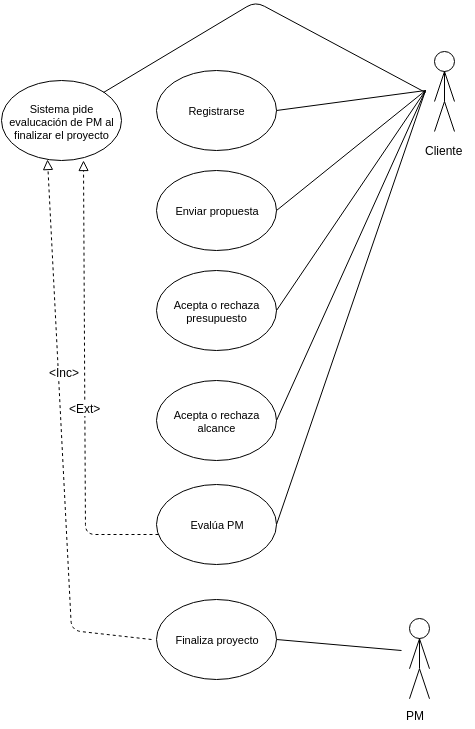
Earlier version of the draw.io export latex/imagenes/CasosDeUsoCliente.png (FlyingPumba/tp2-inge1). Source tidied: cells renumbered, new cells last; positions are measured from the earlier drawing's top-left corner, leaving out a move shared by most shapes. Its diagram source:
```xml
<mxGraphModel background="#ffffff">
  <root>
    <mxCell id="0" />
    <mxCell id="1" parent="0" />
    <mxCell id="2" style="edgeStyle=orthogonalEdgeStyle;rounded=0;html=1;exitX=0.5;exitY=1;endArrow=none;endFill=0;jettySize=auto;" parent="1" edge="1" source="3">
      <mxGeometry x="2013" y="-3299" as="geometry">
        <mxPoint x="443" y="100" as="targetPoint" />
      </mxGeometry>
    </mxCell>
    <mxCell id="3" style="ellipse;whiteSpace=wrap;html=1;" parent="1" vertex="1">
      <mxGeometry x="433" y="50" width="20" height="20" as="geometry" />
    </mxCell>
    <mxCell id="4" style="endArrow=none;html=1;endFill=0;" parent="1" edge="1">
      <mxGeometry x="2013" y="-3299" as="geometry">
        <mxPoint x="443" y="70" as="sourcePoint" />
        <mxPoint x="453" y="100" as="targetPoint" />
      </mxGeometry>
    </mxCell>
    <mxCell id="5" style="endArrow=none;html=1;endFill=0;" parent="1" edge="1">
      <mxGeometry x="2013" y="-3269" as="geometry">
        <mxPoint x="443" y="100" as="sourcePoint" />
        <mxPoint x="453" y="130" as="targetPoint" />
      </mxGeometry>
    </mxCell>
    <mxCell id="6" style="endArrow=none;html=1;endFill=0;" parent="1" edge="1">
      <mxGeometry x="2003" y="-3299" as="geometry">
        <mxPoint x="433" y="100" as="sourcePoint" />
        <mxPoint x="443" y="70" as="targetPoint" />
      </mxGeometry>
    </mxCell>
    <mxCell id="7" style="endArrow=none;html=1;endFill=0;" parent="1" edge="1">
      <mxGeometry x="2003" y="-3269" as="geometry">
        <mxPoint x="433" y="130" as="sourcePoint" />
        <mxPoint x="443" y="100" as="targetPoint" />
      </mxGeometry>
    </mxCell>
    <mxCell id="8" value="Cliente" style="text;html=1;align=left;verticalAlign=top;spacingTop=-4;" parent="1" vertex="1">
      <mxGeometry x="422" y="140" width="50" height="20" as="geometry" />
    </mxCell>
    <mxCell id="9" value="&lt;span&gt;Acepta o rechaza alcance&lt;/span&gt;&lt;br&gt;" style="ellipse;whiteSpace=wrap;html=1;fontSize=11;" parent="1" vertex="1">
      <mxGeometry x="155" y="379" width="120" height="80" as="geometry" />
    </mxCell>
    <mxCell id="10" value="&lt;span&gt;Acepta o rechaza presupuesto&lt;/span&gt;&lt;br&gt;" style="ellipse;whiteSpace=wrap;html=1;fontSize=11;" parent="1" vertex="1">
      <mxGeometry x="155" y="269" width="120" height="80" as="geometry" />
    </mxCell>
    <mxCell id="11" value="&lt;span&gt;Evalúa PM&lt;/span&gt;&lt;br&gt;" style="ellipse;whiteSpace=wrap;html=1;fontSize=11;" parent="1" vertex="1">
      <mxGeometry x="155" y="483" width="120" height="80" as="geometry" />
    </mxCell>
    <mxCell id="12" style="edgeStyle=none;rounded=0;html=1;exitX=1;exitY=0.5;endArrow=none;endFill=0;jettySize=auto;" parent="1" edge="1" source="9">
      <mxGeometry x="1845" y="-3280" as="geometry">
        <mxPoint x="424" y="89" as="targetPoint" />
      </mxGeometry>
    </mxCell>
    <mxCell id="13" style="edgeStyle=none;rounded=0;html=1;exitX=1;exitY=0.5;endArrow=none;endFill=0;jettySize=auto;" parent="1" edge="1" source="11">
      <mxGeometry x="1845" y="-3280" as="geometry">
        <mxPoint x="424" y="89" as="targetPoint" />
      </mxGeometry>
    </mxCell>
    <mxCell id="14" style="ellipse;whiteSpace=wrap;html=1;" parent="1" vertex="1">
      <mxGeometry x="408" y="617.3" width="20" height="20" as="geometry" />
    </mxCell>
    <mxCell id="15" style="edgeStyle=orthogonalEdgeStyle;rounded=0;html=1;exitX=0.5;exitY=1;endArrow=none;endFill=0;jettySize=auto;" parent="1" edge="1" source="14">
      <mxGeometry x="1988.4" y="-2731.9" as="geometry">
        <mxPoint x="418" y="667" as="targetPoint" />
      </mxGeometry>
    </mxCell>
    <mxCell id="16" style="endArrow=none;html=1;endFill=0;" parent="1" edge="1">
      <mxGeometry x="1988" y="-2731.7" as="geometry">
        <mxPoint x="418" y="637.3" as="sourcePoint" />
        <mxPoint x="428" y="667.3" as="targetPoint" />
      </mxGeometry>
    </mxCell>
    <mxCell id="17" style="endArrow=none;html=1;endFill=0;" parent="1" edge="1">
      <mxGeometry x="1988" y="-2701.7" as="geometry">
        <mxPoint x="418" y="667.3" as="sourcePoint" />
        <mxPoint x="428" y="697.3" as="targetPoint" />
      </mxGeometry>
    </mxCell>
    <mxCell id="18" style="endArrow=none;html=1;endFill=0;" parent="1" edge="1">
      <mxGeometry x="1978" y="-2731.7" as="geometry">
        <mxPoint x="408" y="667.3" as="sourcePoint" />
        <mxPoint x="418" y="637.3" as="targetPoint" />
      </mxGeometry>
    </mxCell>
    <mxCell id="19" style="endArrow=none;html=1;endFill=0;" parent="1" edge="1">
      <mxGeometry x="1978" y="-2701.7" as="geometry">
        <mxPoint x="408" y="697.3" as="sourcePoint" />
        <mxPoint x="418" y="667.3" as="targetPoint" />
      </mxGeometry>
    </mxCell>
    <mxCell id="20" value="PM" style="text;html=1;align=left;verticalAlign=top;spacingTop=-4;" parent="1" vertex="1">
      <mxGeometry x="403" y="705.1" width="30" height="20" as="geometry" />
    </mxCell>
    <mxCell id="21" value="&lt;span&gt;Sistema pide evalucación de PM al finalizar el proyecto&lt;/span&gt;&lt;br&gt;" style="ellipse;whiteSpace=wrap;html=1;fontSize=11;" parent="1" vertex="1">
      <mxGeometry y="79" width="120" height="80" as="geometry" />
    </mxCell>
    <mxCell id="22" value="&lt;span&gt;Enviar propuesta&lt;/span&gt;" style="ellipse;whiteSpace=wrap;html=1;fontSize=11;" parent="1" vertex="1">
      <mxGeometry x="155" y="169" width="120" height="80" as="geometry" />
    </mxCell>
    <mxCell id="23" style="edgeStyle=none;rounded=0;html=1;exitX=1;exitY=0.5;startArrow=none;startFill=0;endArrow=none;endFill=0;jettySize=auto;" parent="1" edge="1" source="10">
      <mxGeometry x="1845" y="-3280" as="geometry">
        <mxPoint x="424" y="89" as="targetPoint" />
      </mxGeometry>
    </mxCell>
    <mxCell id="24" style="edgeStyle=none;rounded=0;html=1;exitX=1;exitY=0.5;startArrow=none;startFill=0;endArrow=none;endFill=0;jettySize=auto;" parent="1" edge="1" source="22">
      <mxGeometry x="1845" y="-3280" as="geometry">
        <mxPoint x="424" y="89" as="targetPoint" />
      </mxGeometry>
    </mxCell>
    <mxCell id="25" value="&lt;span&gt;Registrarse&lt;br&gt;&lt;/span&gt;" style="ellipse;whiteSpace=wrap;html=1;fontSize=11;" parent="1" vertex="1">
      <mxGeometry x="155" y="69" width="120" height="80" as="geometry" />
    </mxCell>
    <mxCell id="26" style="rounded=0;html=1;exitX=1;exitY=0.5;startArrow=none;startFill=0;endArrow=none;endFill=0;jettySize=auto;" parent="1" edge="1" source="25">
      <mxGeometry x="1845" y="-3280" as="geometry">
        <mxPoint x="424" y="89" as="targetPoint" />
      </mxGeometry>
    </mxCell>
    <mxCell id="27" style="rounded=0;html=1;exitX=1;exitY=0.5;endArrow=none;endFill=0;jettySize=auto;fontSize=14;" parent="1" edge="1" source="28">
      <mxGeometry x="1845" y="-2731" as="geometry">
        <mxPoint x="400" y="649" as="targetPoint" />
      </mxGeometry>
    </mxCell>
    <mxCell id="28" value="&lt;div&gt;&lt;span&gt;Finaliza proyecto &lt;/span&gt;&lt;/div&gt;" style="ellipse;whiteSpace=wrap;html=1;fontSize=11;" parent="1" vertex="1">
      <mxGeometry x="155" y="597.7" width="120" height="80" as="geometry" />
    </mxCell>
    <mxCell id="29" style="endArrow=none;html=1;fontSize=11;entryX=1;entryY=0;endFill=0;" parent="1" edge="1" target="21">
      <mxGeometry x="1672" y="-3369" as="geometry">
        <mxPoint x="424" y="91" as="sourcePoint" />
        <Array as="points">
          <mxPoint x="254" />
        </Array>
      </mxGeometry>
    </mxCell>
    <mxCell id="30" style="endArrow=block;html=1;dashed=1;fontSize=12;entryX=0.38;entryY=0.986;entryPerimeter=0;endFill=0;endSize=8;" parent="1" edge="1" target="21">
      <mxGeometry x="1492" y="-3211" as="geometry">
        <mxPoint x="150" y="638" as="sourcePoint" />
        <Array as="points">
          <mxPoint x="70" y="629" />
        </Array>
      </mxGeometry>
    </mxCell>
    <mxCell id="31" value="&amp;lt;Inc&amp;gt;" style="text;html=1;align=center;verticalAlign=middle;labelBackgroundColor=#ffffff;fontSize=12;" parent="30" vertex="1">
      <mxGeometry x="0.23" y="-6" relative="1" as="geometry" />
    </mxCell>
    <mxCell id="32" value="&amp;lt;Inc&amp;gt;" style="text;html=1;align=center;verticalAlign=middle;labelBackgroundColor=#ffffff;fontSize=12;" parent="1" vertex="1">
      <mxGeometry x="62.8" y="369.5" as="geometry" />
    </mxCell>
    <mxCell id="33" style="endArrow=block;html=1;dashed=1;fontSize=12;exitX=0.017;exitY=0.629;exitPerimeter=0;entryX=0.681;entryY=1.002;entryPerimeter=0;endFill=0;endSize=8;" parent="1" edge="1" source="11" target="21">
      <mxGeometry x="1652" y="-3210" as="geometry">
        <Array as="points">
          <mxPoint x="84" y="533" />
        </Array>
      </mxGeometry>
    </mxCell>
    <mxCell id="34" value="&amp;lt;Ext&amp;gt;" style="text;html=1;align=center;verticalAlign=middle;labelBackgroundColor=#ffffff;fontSize=12;" parent="33" vertex="1">
      <mxGeometry x="-0.11" relative="1" as="geometry" />
    </mxCell>
    <mxCell id="35" value="&amp;lt;Ext&amp;gt;" style="text;html=1;align=center;verticalAlign=middle;labelBackgroundColor=#ffffff;fontSize=12;" parent="1" vertex="1">
      <mxGeometry x="83.3" y="406" as="geometry" />
    </mxCell>
  </root>
</mxGraphModel>
```
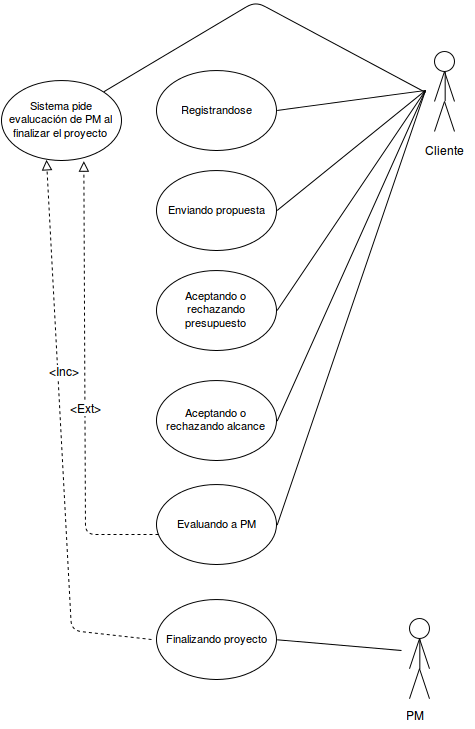
After the commit.

Commit message:
Nuevas vistas Casos de uso

Diff of the diagram source:
```diff
@@ -4,7 +4,7 @@
     <mxCell id="1" parent="0" />
     <mxCell id="2" style="edgeStyle=orthogonalEdgeStyle;rounded=0;html=1;exitX=0.5;exitY=1;endArrow=none;endFill=0;jettySize=auto;" parent="1" edge="1" source="3">
       <mxGeometry x="2013" y="-3299" as="geometry">
-        <mxPoint x="443" y="100" as="targetPoint" />
+        <mxPoint x="443.7" y="99.7" as="targetPoint" />
       </mxGeometry>
     </mxCell>
     <mxCell id="3" style="ellipse;whiteSpace=wrap;html=1;" parent="1" vertex="1">
@@ -37,13 +37,13 @@
     <mxCell id="8" value="Cliente" style="text;html=1;align=left;verticalAlign=top;spacingTop=-4;" parent="1" vertex="1">
       <mxGeometry x="422" y="140" width="50" height="20" as="geometry" />
     </mxCell>
-    <mxCell id="9" value="&lt;span&gt;Acepta o rechaza alcance&lt;/span&gt;&lt;br&gt;" style="ellipse;whiteSpace=wrap;html=1;fontSize=11;" parent="1" vertex="1">
+    <mxCell id="9" value="&lt;span&gt;&lt;span&gt;Aceptando o rechazando &lt;/span&gt;alcance&lt;/span&gt;&lt;br&gt;" style="ellipse;whiteSpace=wrap;html=1;fontSize=11;" parent="1" vertex="1">
       <mxGeometry x="155" y="379" width="120" height="80" as="geometry" />
     </mxCell>
-    <mxCell id="10" value="&lt;span&gt;Acepta o rechaza presupuesto&lt;/span&gt;&lt;br&gt;" style="ellipse;whiteSpace=wrap;html=1;fontSize=11;" parent="1" vertex="1">
+    <mxCell id="10" value="&lt;span&gt;Aceptando o rechazando presupuesto&lt;/span&gt;&lt;br&gt;" style="ellipse;whiteSpace=wrap;html=1;fontSize=11;" parent="1" vertex="1">
       <mxGeometry x="155" y="269" width="120" height="80" as="geometry" />
     </mxCell>
-    <mxCell id="11" value="&lt;span&gt;Evalúa PM&lt;/span&gt;&lt;br&gt;" style="ellipse;whiteSpace=wrap;html=1;fontSize=11;" parent="1" vertex="1">
+    <mxCell id="11" value="&lt;span&gt;Evaluando a PM&lt;/span&gt;&lt;br&gt;" style="ellipse;whiteSpace=wrap;html=1;fontSize=11;" parent="1" vertex="1">
       <mxGeometry x="155" y="483" width="120" height="80" as="geometry" />
     </mxCell>
     <mxCell id="12" style="edgeStyle=none;rounded=0;html=1;exitX=1;exitY=0.5;endArrow=none;endFill=0;jettySize=auto;" parent="1" edge="1" source="9">
@@ -61,7 +61,7 @@
     </mxCell>
     <mxCell id="15" style="edgeStyle=orthogonalEdgeStyle;rounded=0;html=1;exitX=0.5;exitY=1;endArrow=none;endFill=0;jettySize=auto;" parent="1" edge="1" source="14">
       <mxGeometry x="1988.4" y="-2731.9" as="geometry">
-        <mxPoint x="418" y="667" as="targetPoint" />
+        <mxPoint x="418.3" y="667.7" as="targetPoint" />
       </mxGeometry>
     </mxCell>
     <mxCell id="16" style="endArrow=none;html=1;endFill=0;" parent="1" edge="1">
@@ -94,7 +94,7 @@
     <mxCell id="21" value="&lt;span&gt;Sistema pide evalucación de PM al finalizar el proyecto&lt;/span&gt;&lt;br&gt;" style="ellipse;whiteSpace=wrap;html=1;fontSize=11;" parent="1" vertex="1">
       <mxGeometry y="79" width="120" height="80" as="geometry" />
     </mxCell>
-    <mxCell id="22" value="&lt;span&gt;Enviar propuesta&lt;/span&gt;" style="ellipse;whiteSpace=wrap;html=1;fontSize=11;" parent="1" vertex="1">
+    <mxCell id="22" value="&lt;span&gt;Enviando propuesta&lt;/span&gt;" style="ellipse;whiteSpace=wrap;html=1;fontSize=11;" parent="1" vertex="1">
       <mxGeometry x="155" y="169" width="120" height="80" as="geometry" />
     </mxCell>
     <mxCell id="23" style="edgeStyle=none;rounded=0;html=1;exitX=1;exitY=0.5;startArrow=none;startFill=0;endArrow=none;endFill=0;jettySize=auto;" parent="1" edge="1" source="10">
@@ -107,7 +107,7 @@
         <mxPoint x="424" y="89" as="targetPoint" />
       </mxGeometry>
     </mxCell>
-    <mxCell id="25" value="&lt;span&gt;Registrarse&lt;br&gt;&lt;/span&gt;" style="ellipse;whiteSpace=wrap;html=1;fontSize=11;" parent="1" vertex="1">
+    <mxCell id="25" value="&lt;span&gt;Registrando&lt;/span&gt;se" style="ellipse;whiteSpace=wrap;html=1;fontSize=11;" parent="1" vertex="1">
       <mxGeometry x="155" y="69" width="120" height="80" as="geometry" />
     </mxCell>
     <mxCell id="26" style="rounded=0;html=1;exitX=1;exitY=0.5;startArrow=none;startFill=0;endArrow=none;endFill=0;jettySize=auto;" parent="1" edge="1" source="25">
@@ -115,48 +115,48 @@
         <mxPoint x="424" y="89" as="targetPoint" />
       </mxGeometry>
     </mxCell>
-    <mxCell id="27" style="rounded=0;html=1;exitX=1;exitY=0.5;endArrow=none;endFill=0;jettySize=auto;fontSize=14;" parent="1" edge="1" source="28">
-      <mxGeometry x="1845" y="-2731" as="geometry">
-        <mxPoint x="400" y="649" as="targetPoint" />
-      </mxGeometry>
+    <mxCell id="27" value="&lt;div&gt;&lt;span&gt;Finalizando proyecto &lt;/span&gt;&lt;/div&gt;" style="ellipse;whiteSpace=wrap;html=1;fontSize=11;" parent="1" vertex="1">
+      <mxGeometry x="155" y="597.7" width="120" height="80" as="geometry" />
     </mxCell>
-    <mxCell id="28" value="&lt;div&gt;&lt;span&gt;Finaliza proyecto &lt;/span&gt;&lt;/div&gt;" style="ellipse;whiteSpace=wrap;html=1;fontSize=11;" parent="1" vertex="1">
-      <mxGeometry x="155" y="597.7" width="120" height="80" as="geometry" />
+    <mxCell id="28" style="endArrow=none;html=1;fontSize=11;entryX=1;entryY=0;endFill=0;" parent="1" edge="1" target="21">
+      <mxGeometry x="1672" y="-3369" as="geometry">
+        <mxPoint x="424" y="91" as="sourcePoint" />
+        <Array as="points">
+          <mxPoint x="254" />
+        </Array>
+      </mxGeometry>
     </mxCell>
-    <mxCell id="29" style="endArrow=none;html=1;fontSize=11;entryX=1;entryY=0;endFill=0;" parent="1" edge="1" target="21">
-      <mxGeometry x="1672" y="-3369" as="geometry">
-        <mxPoint x="424" y="91" as="sourcePoint" />
+    <mxCell id="29" style="endArrow=block;html=1;dashed=1;fontSize=12;entryX=0.38;entryY=0.986;entryPerimeter=0;endFill=0;endSize=8;" parent="1" edge="1" target="21">
+      <mxGeometry x="1492" y="-3211" as="geometry">
+        <mxPoint x="150" y="638" as="sourcePoint" />
         <Array as="points">
-          <mxPoint x="254" />
+          <mxPoint x="70" y="629" />
         </Array>
       </mxGeometry>
     </mxCell>
-    <mxCell id="30" style="endArrow=block;html=1;dashed=1;fontSize=12;entryX=0.38;entryY=0.986;entryPerimeter=0;endFill=0;endSize=8;" parent="1" edge="1" target="21">
-      <mxGeometry x="1492" y="-3211" as="geometry">
-        <mxPoint x="150" y="638" as="sourcePoint" />
-        <Array as="points">
-          <mxPoint x="70" y="629" />
-        </Array>
-      </mxGeometry>
+    <mxCell id="30" value="&amp;lt;Inc&amp;gt;" style="text;html=1;align=center;verticalAlign=middle;labelBackgroundColor=#ffffff;fontSize=12;" parent="29" vertex="1">
+      <mxGeometry x="0.23" y="-6" relative="1" as="geometry" />
     </mxCell>
-    <mxCell id="31" value="&amp;lt;Inc&amp;gt;" style="text;html=1;align=center;verticalAlign=middle;labelBackgroundColor=#ffffff;fontSize=12;" parent="30" vertex="1">
-      <mxGeometry x="0.23" y="-6" relative="1" as="geometry" />
+    <mxCell id="31" value="&amp;lt;Inc&amp;gt;" style="text;html=1;align=center;verticalAlign=middle;labelBackgroundColor=#ffffff;fontSize=12;" parent="1" vertex="1">
+      <mxGeometry x="62.2" y="369.6" as="geometry" />
     </mxCell>
-    <mxCell id="32" value="&amp;lt;Inc&amp;gt;" style="text;html=1;align=center;verticalAlign=middle;labelBackgroundColor=#ffffff;fontSize=12;" parent="1" vertex="1">
-      <mxGeometry x="62.8" y="369.5" as="geometry" />
+    <mxCell id="32" style="endArrow=block;html=1;dashed=1;fontSize=12;exitX=0.017;exitY=0.629;exitPerimeter=0;entryX=0.681;entryY=1.002;entryPerimeter=0;endFill=0;endSize=8;" parent="1" edge="1" source="11" target="21">
+      <mxGeometry x="1652" y="-3210" as="geometry">
+        <Array as="points">
+          <mxPoint x="84" y="533" />
+        </Array>
+      </mxGeometry>
     </mxCell>
-    <mxCell id="33" style="endArrow=block;html=1;dashed=1;fontSize=12;exitX=0.017;exitY=0.629;exitPerimeter=0;entryX=0.681;entryY=1.002;entryPerimeter=0;endFill=0;endSize=8;" parent="1" edge="1" source="11" target="21">
-      <mxGeometry x="1652" y="-3210" as="geometry">
-        <Array as="points">
-          <mxPoint x="84" y="533" />
-        </Array>
-      </mxGeometry>
+    <mxCell id="33" value="&amp;lt;Ext&amp;gt;" style="text;html=1;align=center;verticalAlign=middle;labelBackgroundColor=#ffffff;fontSize=12;" parent="32" vertex="1">
+      <mxGeometry x="-0.11" relative="1" as="geometry" />
     </mxCell>
-    <mxCell id="34" value="&amp;lt;Ext&amp;gt;" style="text;html=1;align=center;verticalAlign=middle;labelBackgroundColor=#ffffff;fontSize=12;" parent="33" vertex="1">
-      <mxGeometry x="-0.11" relative="1" as="geometry" />
+    <mxCell id="34" value="&amp;lt;Ext&amp;gt;" style="text;html=1;align=center;verticalAlign=middle;labelBackgroundColor=#ffffff;fontSize=12;" parent="1" vertex="1">
+      <mxGeometry x="83.4" y="406" as="geometry" />
     </mxCell>
-    <mxCell id="35" value="&amp;lt;Ext&amp;gt;" style="text;html=1;align=center;verticalAlign=middle;labelBackgroundColor=#ffffff;fontSize=12;" parent="1" vertex="1">
-      <mxGeometry x="83.3" y="406" as="geometry" />
+    <mxCell id="35" style="rounded=0;html=1;exitX=1;exitY=0.5;endArrow=none;endFill=0;jettySize=auto;fontSize=14;" parent="1" edge="1" source="27">
+      <mxGeometry x="1845.7" y="-2730.7" as="geometry">
+        <mxPoint x="400" y="649" as="targetPoint" />
+      </mxGeometry>
     </mxCell>
   </root>
 </mxGraphModel>
```
